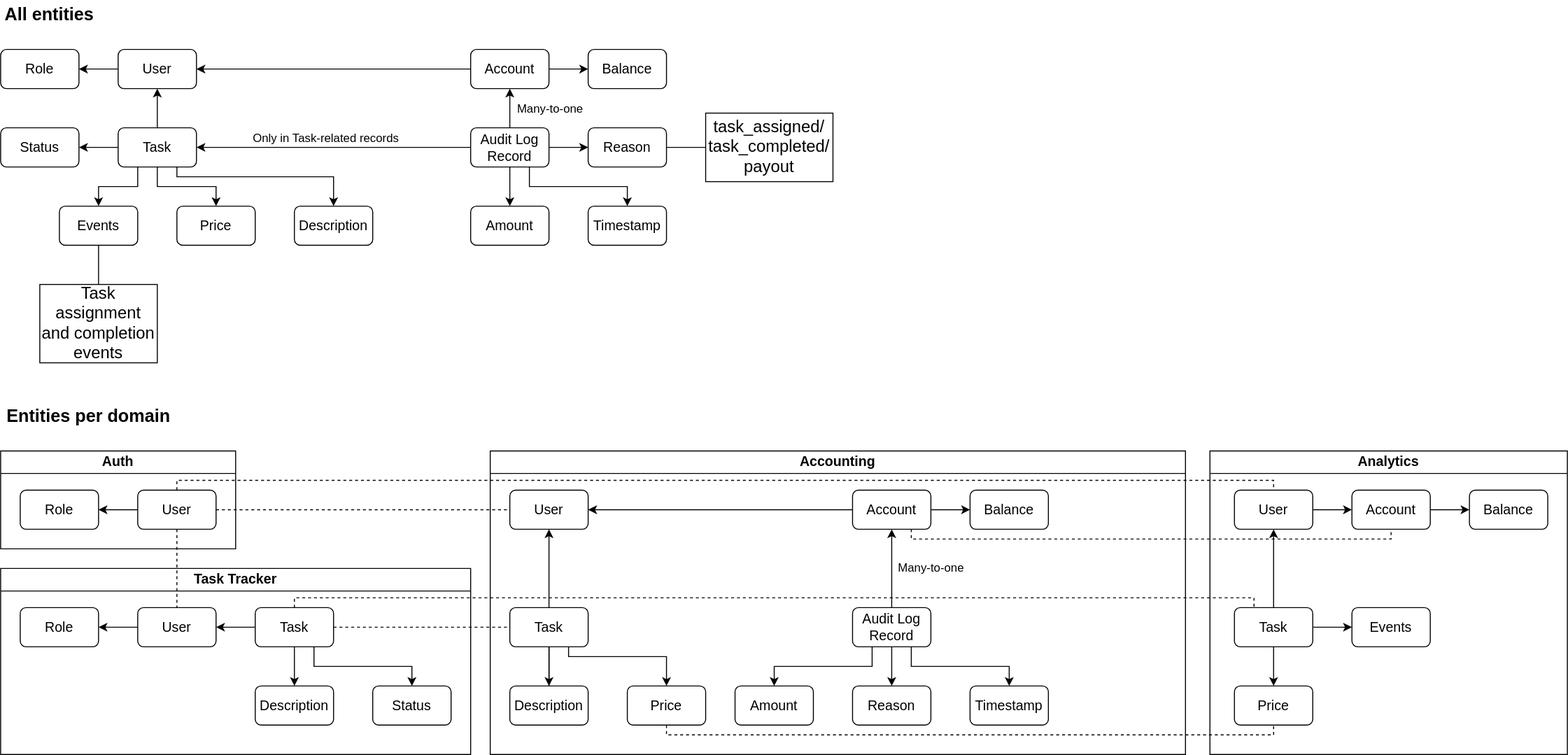
Above: data-model.drawio.svg in d-ryzhykau/async-architecture (draw.io), before the change. Source tidied: cells renumbered, new cells last; positions are measured from the earlier drawing's top-left corner, leaving out a move shared by most shapes.
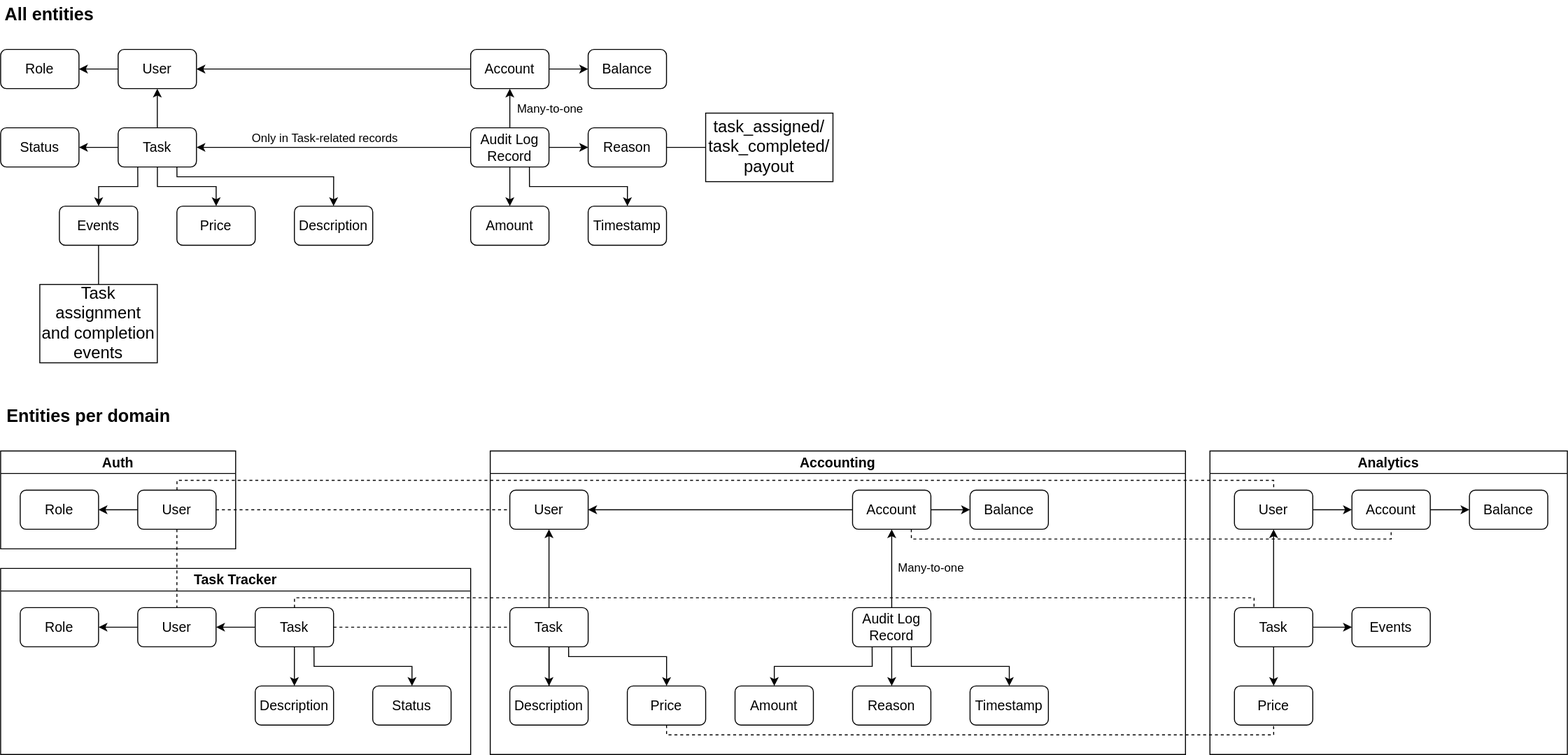
The same diagram one commit later.

Commit message:
Fill background of service container headers

Change to the diagram source:
```diff
@@ -2,7 +2,7 @@
   <root>
     <mxCell id="0" />
     <mxCell id="1" parent="0" />
-    <mxCell id="2" value="Accounting" style="swimlane;whiteSpace=wrap;html=1;fontSize=14;fillColor=none;" parent="1" vertex="1">
+    <mxCell id="2" value="Accounting" style="swimlane;whiteSpace=wrap;html=1;fontSize=14;fillColor=default;" parent="1" vertex="1">
       <mxGeometry x="500" y="460" width="710" height="310" as="geometry" />
     </mxCell>
     <mxCell id="3" style="edgeStyle=orthogonalEdgeStyle;rounded=0;html=1;fontSize=14;endArrow=none;endFill=0;startArrow=classic;startFill=1;" parent="2" edge="1" source="4" target="11">
@@ -155,7 +155,7 @@
     <mxCell id="44" value="Audit Log Record" style="rounded=1;whiteSpace=wrap;html=1;fontSize=14;" parent="1" vertex="1">
       <mxGeometry x="480" y="130" width="80" height="40" as="geometry" />
     </mxCell>
-    <mxCell id="45" value="Auth" style="swimlane;whiteSpace=wrap;html=1;fontSize=14;startSize=23;fillColor=none;" parent="1" vertex="1">
+    <mxCell id="45" value="Auth" style="swimlane;whiteSpace=wrap;html=1;fontSize=14;startSize=23;fillColor=default;" parent="1" vertex="1">
       <mxGeometry y="460" width="240" height="100" as="geometry" />
     </mxCell>
     <mxCell id="46" value="Role" style="rounded=1;whiteSpace=wrap;html=1;fontSize=14;" parent="45" vertex="1">
@@ -167,7 +167,7 @@
     <mxCell id="48" value="User" style="rounded=1;whiteSpace=wrap;html=1;fontSize=14;" parent="45" vertex="1">
       <mxGeometry x="140" y="40" width="80" height="40" as="geometry" />
     </mxCell>
-    <mxCell id="49" value="Task Tracker" style="swimlane;whiteSpace=wrap;html=1;fontSize=14;fillColor=none;" parent="1" vertex="1">
+    <mxCell id="49" value="Task Tracker" style="swimlane;whiteSpace=wrap;html=1;fontSize=14;fillColor=default;" parent="1" vertex="1">
       <mxGeometry y="580" width="480" height="190" as="geometry" />
     </mxCell>
     <mxCell id="50" style="edgeStyle=none;html=1;fontSize=14;" parent="49" edge="1" source="52" target="57">
```
